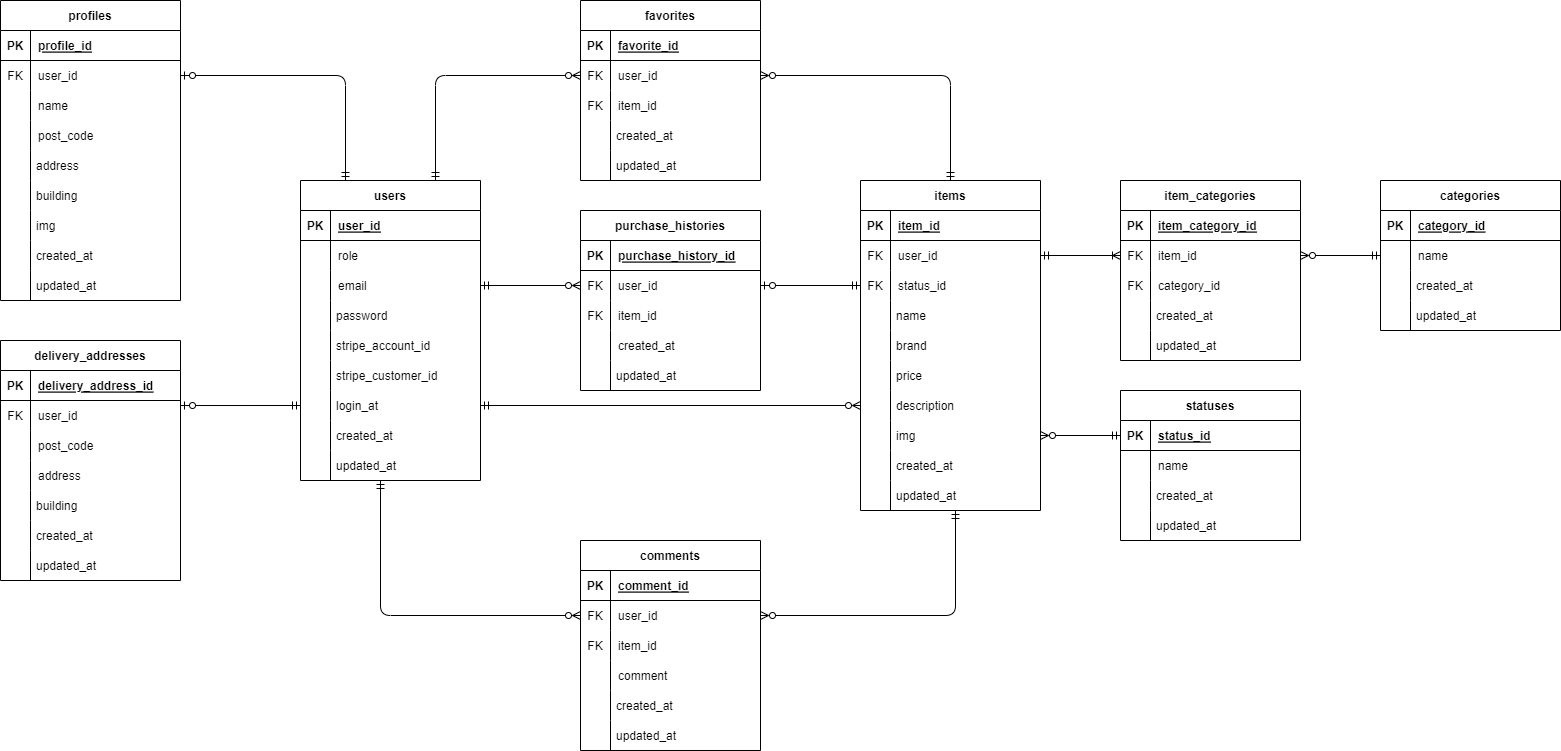
Earlier version of the draw.io export market/market.drawio.png (nakagawa1573/images). Source tidied: cells renumbered, new cells last; positions are measured from the earlier drawing's top-left corner, leaving out a move shared by most shapes.
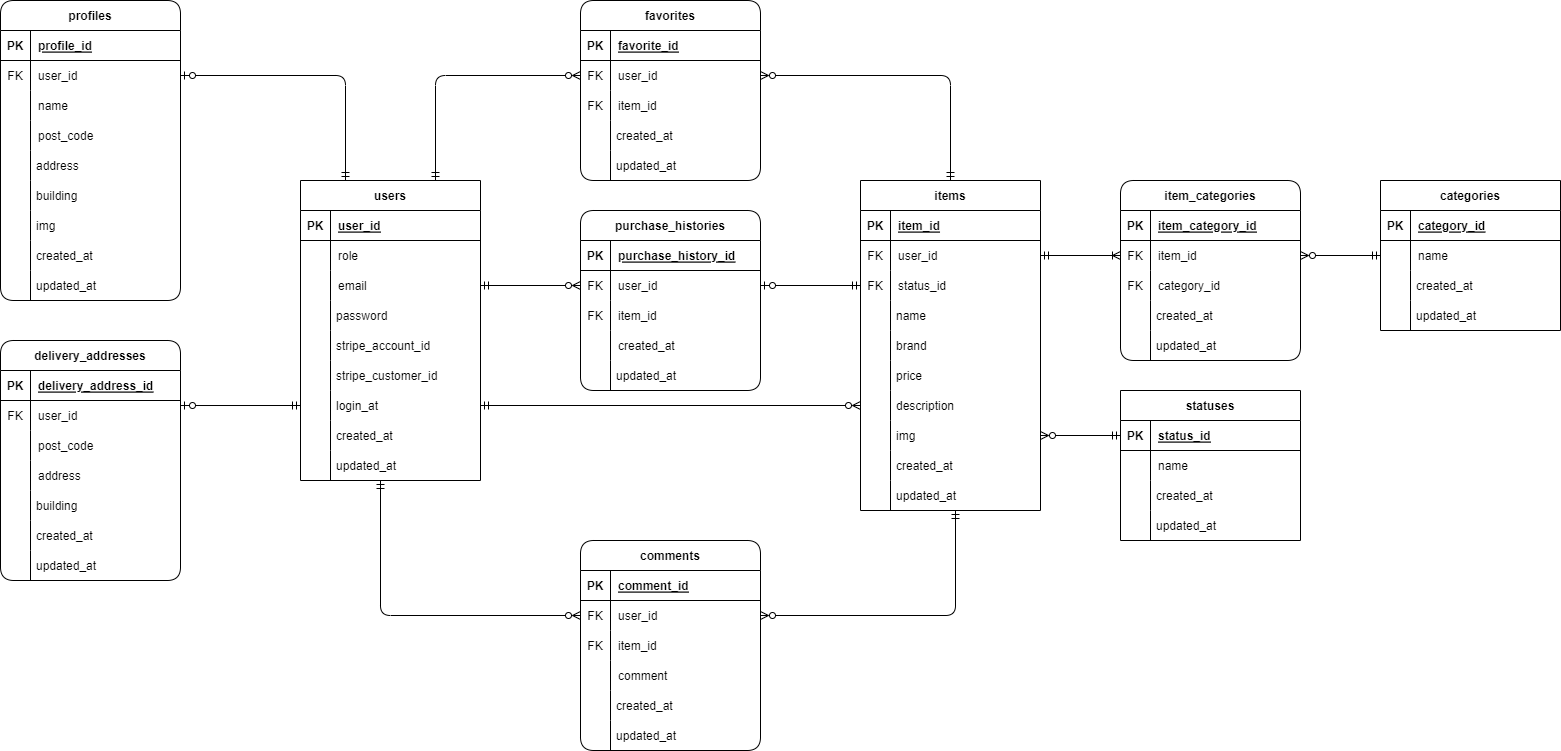
After the change.

Diff of the diagram source:
```diff
@@ -71,7 +71,7 @@
     <mxCell id="24" style="group;" parent="1" vertex="1">
       <mxGeometry x="860" y="180" width="180" height="370" as="geometry" />
     </mxCell>
-    <mxCell id="25" value="items" style="shape=table;startSize=30;rowLines=0;fontStyle=1;align=center;" parent="24" vertex="1">
+    <mxCell id="25" value="items" style="shape=table;startSize=30;rowLines=0;fontStyle=1;align=center;rounded=0;" parent="24" vertex="1">
       <mxGeometry width="180" height="330" as="geometry" />
     </mxCell>
     <mxCell id="26" style="shape=tableRow;horizontal=0;startSize=0;swimlaneHead=0;swimlaneBody=0;fillColor=none;top=0;left=0;right=0;bottom=1;" parent="25" vertex="1">
@@ -143,7 +143,7 @@
     <mxCell id="48" style="shape=partialRectangle;top=0;left=0;bottom=0;fillColor=none;stokeWidth=1;align=left;verticalAlign=middle;spacingLeft=4;spacingRight=4;overflow=hidden;" parent="47" vertex="1">
       <mxGeometry width="30" height="30" as="geometry" />
     </mxCell>
-    <mxCell id="49" value="item_categories" style="shape=table;startSize=30;rowLines=0;fontStyle=1;align=center;" parent="1" vertex="1">
+    <mxCell id="49" value="item_categories" style="shape=table;startSize=30;rowLines=0;fontStyle=1;align=center;rounded=1;" parent="1" vertex="1">
       <mxGeometry x="1120" y="180" width="180" height="180" as="geometry" />
     </mxCell>
     <mxCell id="50" style="shape=tableRow;horizontal=0;startSize=0;swimlaneHead=0;swimlaneBody=0;fillColor=none;top=0;left=0;right=0;bottom=1;" parent="49" vertex="1">
@@ -173,7 +173,7 @@
     <mxCell id="58" value="category_id" style="shape=partialRectangle;fillColor=none;top=0;left=0;bottom=0;right=0;align=left;spacingLeft=6;overflow=hidden;" parent="56" vertex="1">
       <mxGeometry x="30" width="150" height="30" as="geometry" />
     </mxCell>
-    <mxCell id="59" value="favorites" style="shape=table;startSize=30;rowLines=0;fontStyle=1;align=center;" parent="1" vertex="1">
+    <mxCell id="59" value="favorites" style="shape=table;startSize=30;rowLines=0;fontStyle=1;align=center;rounded=1;" parent="1" vertex="1">
       <mxGeometry x="580" width="180" height="180" as="geometry" />
     </mxCell>
     <mxCell id="60" style="shape=tableRow;horizontal=0;startSize=0;swimlaneHead=0;swimlaneBody=0;fillColor=none;top=0;left=0;right=0;bottom=1;" parent="59" vertex="1">
@@ -245,7 +245,7 @@
     <mxCell id="76" style="group;" parent="1" vertex="1">
       <mxGeometry width="180" height="330" as="geometry" />
     </mxCell>
-    <mxCell id="77" value="profiles" style="shape=table;startSize=30;rowLines=0;fontStyle=1;align=center;" parent="76" vertex="1">
+    <mxCell id="77" value="profiles" style="shape=table;startSize=30;rowLines=0;fontStyle=1;align=center;rounded=1;" parent="76" vertex="1">
       <mxGeometry width="180" height="300" as="geometry" />
     </mxCell>
     <mxCell id="78" style="shape=tableRow;horizontal=0;startSize=0;swimlaneHead=0;swimlaneBody=0;fillColor=none;top=0;left=0;right=0;bottom=1;" parent="77" vertex="1">
@@ -417,10 +417,10 @@
     <mxCell id="132" style="shape=partialRectangle;top=0;left=0;bottom=0;fillColor=none;stokeWidth=1;align=left;verticalAlign=middle;spacingLeft=4;spacingRight=4;overflow=hidden;" parent="131" vertex="1">
       <mxGeometry width="30" height="30" as="geometry" />
     </mxCell>
-    <mxCell id="133" style="group;" parent="1" vertex="1">
+    <mxCell id="133" style="group;rounded=0;" parent="1" vertex="1">
       <mxGeometry x="580" y="540" width="180" height="210" as="geometry" />
     </mxCell>
-    <mxCell id="134" value="comments" style="shape=table;startSize=30;rowLines=0;fontStyle=1;align=center;" parent="133" vertex="1">
+    <mxCell id="134" value="comments" style="shape=table;startSize=30;rowLines=0;fontStyle=1;align=center;rounded=1;" parent="133" vertex="1">
       <mxGeometry width="180" height="210" as="geometry" />
     </mxCell>
     <mxCell id="135" style="shape=tableRow;horizontal=0;startSize=0;swimlaneHead=0;swimlaneBody=0;fillColor=none;top=0;left=0;right=0;bottom=1;" parent="134" vertex="1">
@@ -474,10 +474,10 @@
     <mxCell id="151" style="fontSize=12;html=1;endArrow=ERzeroToMany;endFill=0;startArrow=ERmandOne;startFill=0;entryX=0;entryY=0.5;entryDx=0;entryDy=0;exitX=1;exitY=0.5;exitDx=0;exitDy=0;" parent="1" edge="1" source="14" target="37">
       <mxGeometry relative="1" as="geometry" />
     </mxCell>
-    <mxCell id="152" style="group;" parent="1" vertex="1">
+    <mxCell id="152" style="group;rounded=0;" parent="1" vertex="1">
       <mxGeometry x="580" y="210" width="180" height="180" as="geometry" />
     </mxCell>
-    <mxCell id="153" value="purchase_histories" style="shape=table;startSize=30;rowLines=0;fontStyle=1;align=center;" parent="152" vertex="1">
+    <mxCell id="153" value="purchase_histories" style="shape=table;startSize=30;rowLines=0;fontStyle=1;align=center;rounded=1;" parent="152" vertex="1">
       <mxGeometry width="180" height="180" as="geometry" />
     </mxCell>
     <mxCell id="154" style="shape=tableRow;horizontal=0;startSize=0;swimlaneHead=0;swimlaneBody=0;fillColor=none;top=0;left=0;right=0;bottom=1;" parent="153" vertex="1">
@@ -542,7 +542,7 @@
     <mxCell id="173" style="group;" parent="172" vertex="1">
       <mxGeometry width="180" height="250" as="geometry" />
     </mxCell>
-    <mxCell id="174" value="delivery_addresses" style="shape=table;startSize=30;rowLines=0;fontStyle=1;align=center;" parent="173" vertex="1">
+    <mxCell id="174" value="delivery_addresses" style="shape=table;startSize=30;rowLines=0;fontStyle=1;align=center;rounded=1;" parent="173" vertex="1">
       <mxGeometry width="180" height="240" as="geometry" />
     </mxCell>
     <mxCell id="175" style="shape=tableRow;horizontal=0;startSize=0;swimlaneHead=0;swimlaneBody=0;fillColor=none;top=0;left=0;right=0;bottom=1;" parent="174" vertex="1">
```
